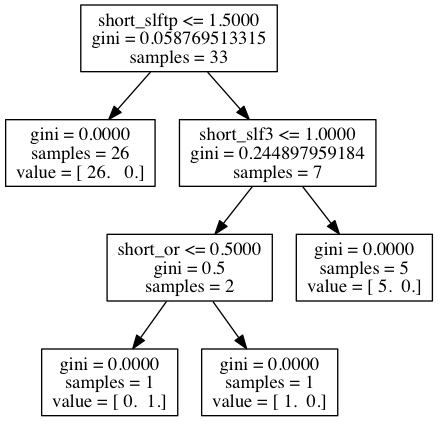
Earlier version of the Graphviz export neurosurgery_trees/shortSENSE.png (akeshavan/myscripts). Its source is kept beside it as neurosurgery_trees/shortSENSE.dot.
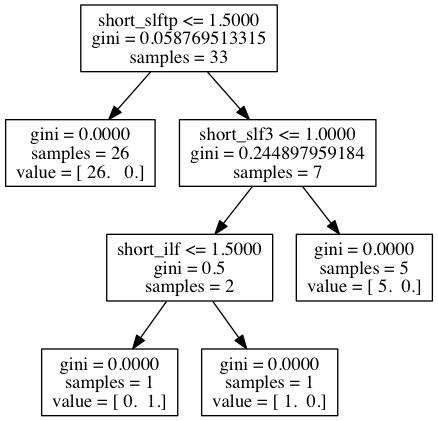
Above is the later version.

The edit, as a diff of the source:
```diff
@@ -4,7 +4,7 @@
 0 -> 1 ;
 2 [label="X[1] <= 1.0000\ngini = 0.244897959184\nsamples = 7", shape="box"] ;
 0 -> 2 ;
-3 [label="X[11] <= 0.5000\ngini = 0.5\nsamples = 2", shape="box"] ;
+3 [label="X[4] <= 1.5000\ngini = 0.5\nsamples = 2", shape="box"] ;
 2 -> 3 ;
 4 [label="gini = 0.0000\nsamples = 1\nvalue = [ 0.  1.]", shape="box"] ;
 3 -> 4 ;
```
